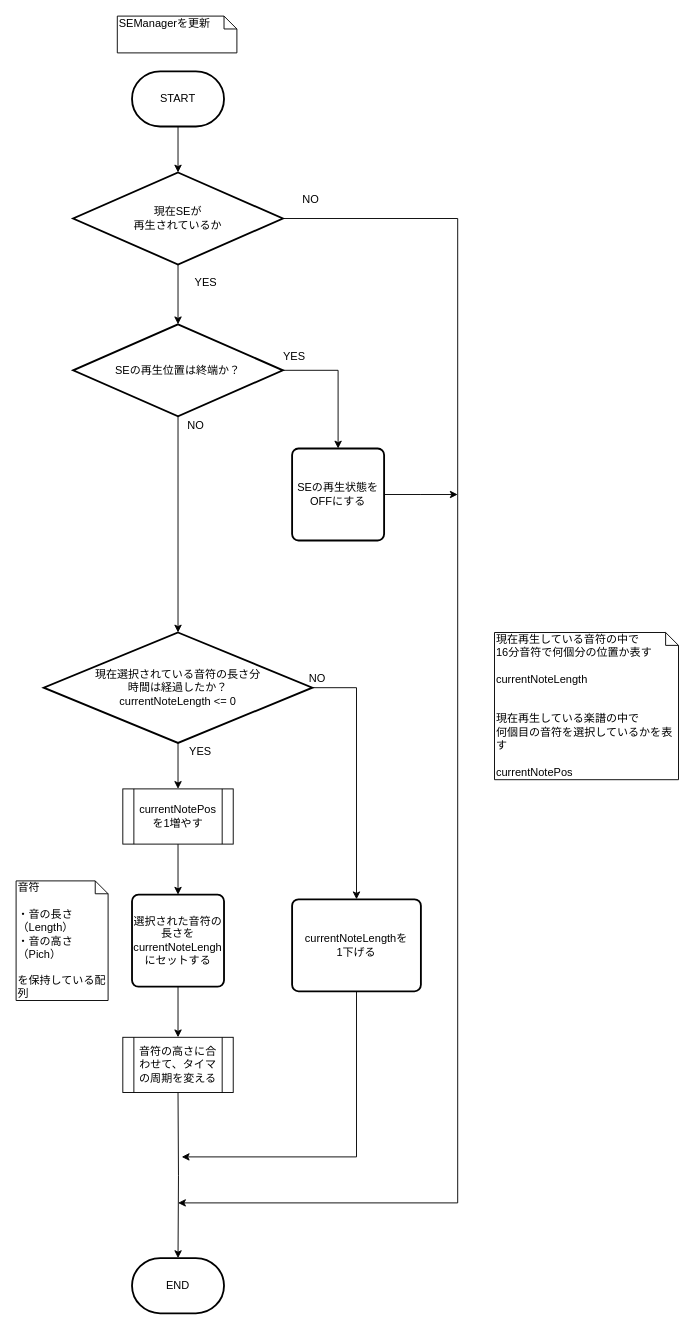
This is page "SEManagerを更新" (4 of 5) of 資料/設計書/フローチャート/モグラ叩き_Buzzer.drawio from hakohumi/comp.train.whack-a-mole, a draw.io file, before an edit. Source tidied: cells renumbered, new cells numbered last; positions are measured from the earlier drawing's top-left corner, leaving out a move shared by most shapes. Both pictures are drawn from the tidied source at 92%, with x=0, y=0 at pixel (16, 16).
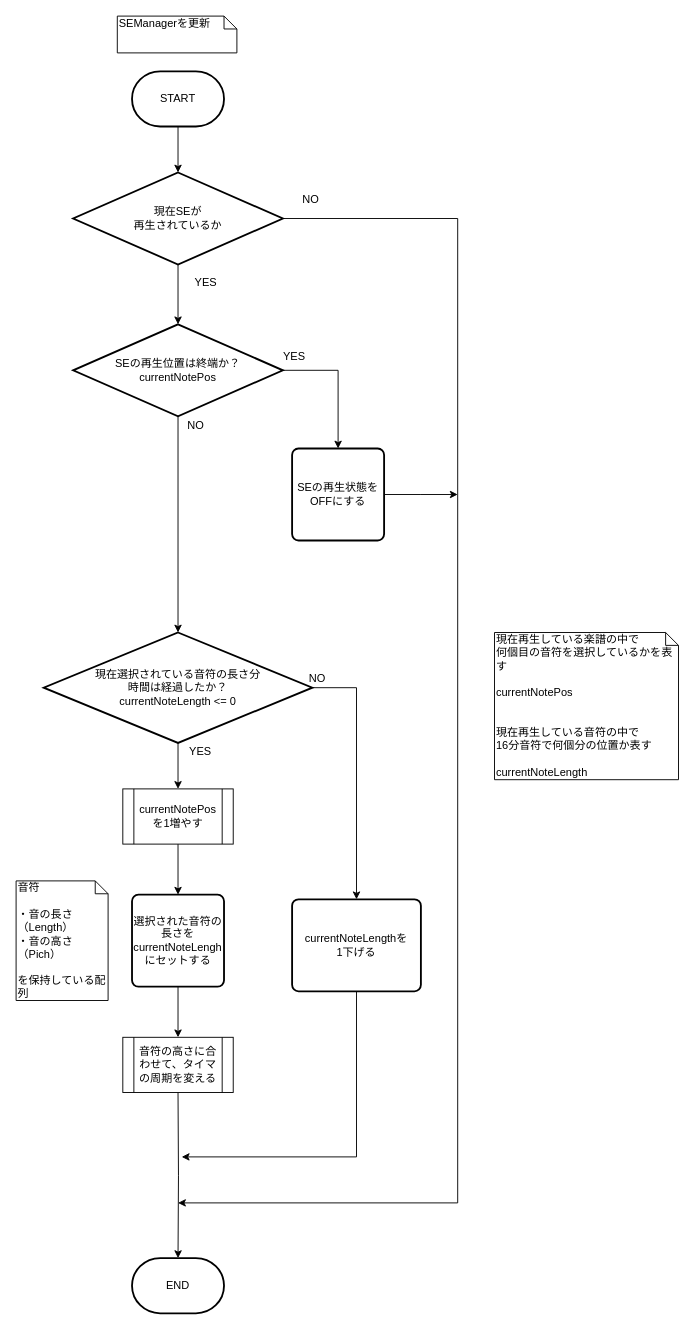
The same diagram, later.

Diff of the diagram source:
```diff
@@
-    <mxCell id="10" value="SEの再生位置は終端か？" style="strokeWidth=2;html=1;shape=mxgraph.flowchart.decision;whiteSpace=wrap;" parent="1" vertex="1">
+    <mxCell id="10" value="SEの再生位置は終端か？&lt;br&gt;currentNotePos" style="strokeWidth=2;html=1;shape=mxgraph.flowchart.decision;whiteSpace=wrap;" parent="1" vertex="1">
       <mxGeometry x="62" y="335" width="228" height="100" as="geometry" />
     </mxCell>
@@
-    <mxCell id="29" value="&lt;span style=&quot;text-align: center&quot;&gt;現在再生している音符の中で&lt;br&gt;16分音符で何個分の位置か表す&lt;br&gt;&lt;br&gt;currentNoteLength&lt;br&gt;&lt;br&gt;&lt;br&gt;現在再生している楽譜の中で&lt;br&gt;何個目の音符を選択しているかを表す&lt;br&gt;&lt;br&gt;currentNotePos&lt;br&gt;&lt;br&gt;&lt;/span&gt;" style="shape=note;whiteSpace=wrap;html=1;size=14;verticalAlign=top;align=left;spacingTop=-6;" parent="1" vertex="1">
+    <mxCell id="29" value="&lt;span style=&quot;text-align: center&quot;&gt;現在再生している楽譜の中で&lt;/span&gt;&lt;br style=&quot;text-align: center&quot;&gt;&lt;span style=&quot;text-align: center&quot;&gt;何個目の音符を選択しているかを表す&lt;/span&gt;&lt;br style=&quot;text-align: center&quot;&gt;&lt;br style=&quot;text-align: center&quot;&gt;&lt;span style=&quot;text-align: center&quot;&gt;currentNotePos&lt;/span&gt;&lt;br style=&quot;text-align: center&quot;&gt;&lt;span style=&quot;text-align: center&quot;&gt;&lt;br&gt;&lt;br&gt;現在再生している音符の中で&lt;br&gt;16分音符で何個分の位置か表す&lt;br&gt;&lt;br&gt;currentNoteLength&lt;br&gt;&lt;br&gt;&lt;br&gt;&lt;/span&gt;" style="shape=note;whiteSpace=wrap;html=1;size=14;verticalAlign=top;align=left;spacingTop=-6;" parent="1" vertex="1">
       <mxGeometry x="520" y="670" width="200" height="160" as="geometry" />
     </mxCell>
```
